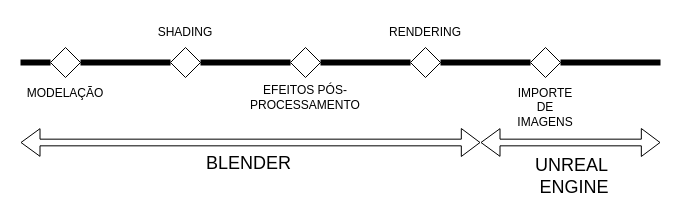
Anth0nyPereira/onegai keeps this draw.io diagram as drawio/design worflow/design_worflow.drawio. Above is the earlier version. Source tidied: cells renumbered, new cells numbered last; positions are measured from the earlier drawing's top-left corner, leaving out a move shared by most shapes. Both pictures are drawn from the tidied source at 100%, with x=0, y=0 at pixel (20, 17).
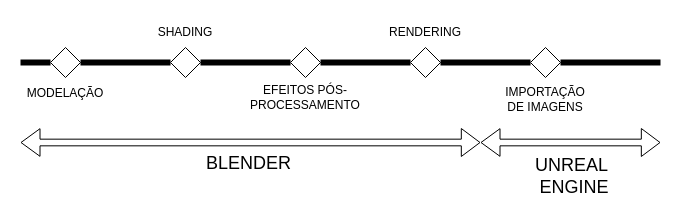
After the change.

What changed in the source:
```diff
@@
-    <mxCell id="19" value="IMPORTE DE IMAGENS" style="text;html=1;strokeColor=none;fillColor=none;align=center;verticalAlign=middle;whiteSpace=wrap;rounded=0;" parent="1" vertex="1">
-      <mxGeometry x="495" y="75" width="60" height="30" as="geometry" />
+    <mxCell id="19" value="IMPORTAÇÃO DE IMAGENS" style="text;html=1;strokeColor=none;fillColor=none;align=center;verticalAlign=middle;whiteSpace=wrap;rounded=0;" parent="1" vertex="1">
+      <mxGeometry x="495" y="67" width="60" height="30" as="geometry" />
     </mxCell>
```
